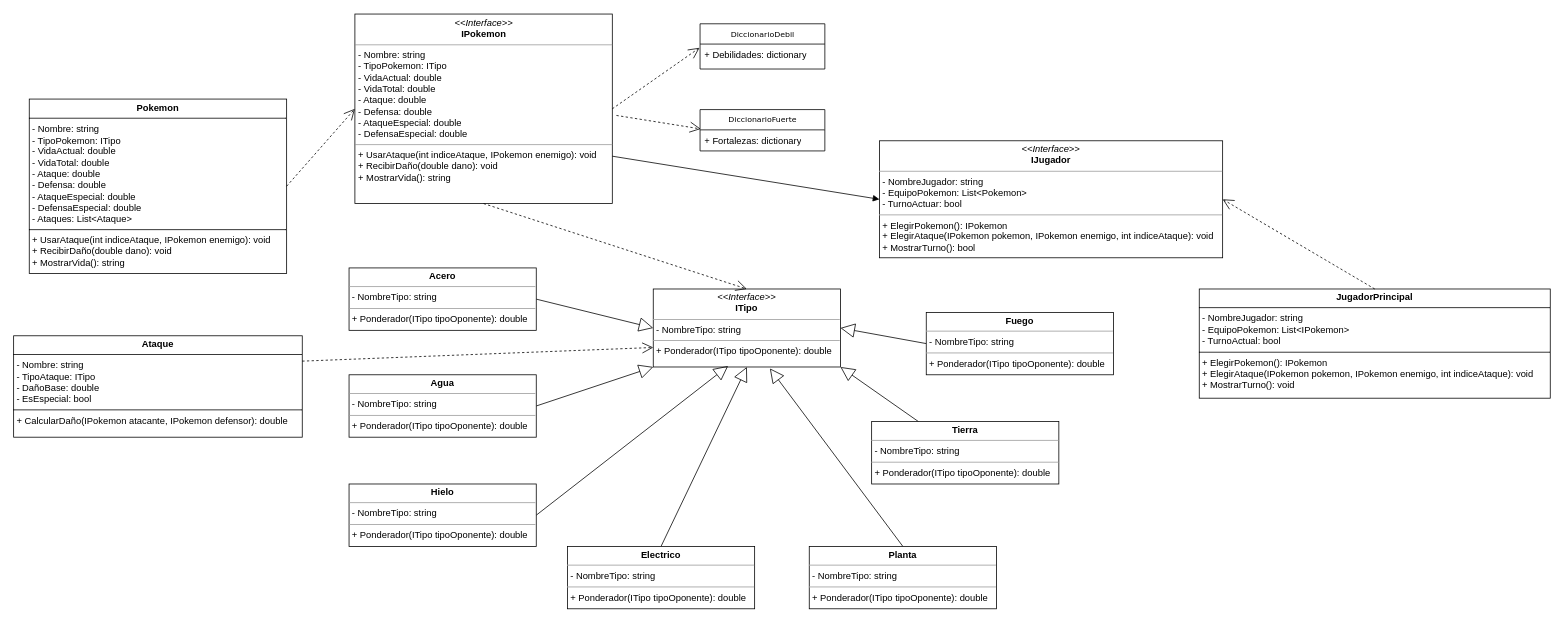
The draw.io diagram docs/Diagrama Primera Entrega.drawio in ucudal/pii_2024_2_equipo16, before the edit. Source tidied: cells renumbered, new cells numbered last; positions are measured from the earlier drawing's top-left corner, leaving out a move shared by most shapes. Both pictures are drawn from the tidied source at 78%, with x=0, y=0 at pixel (13, 14).
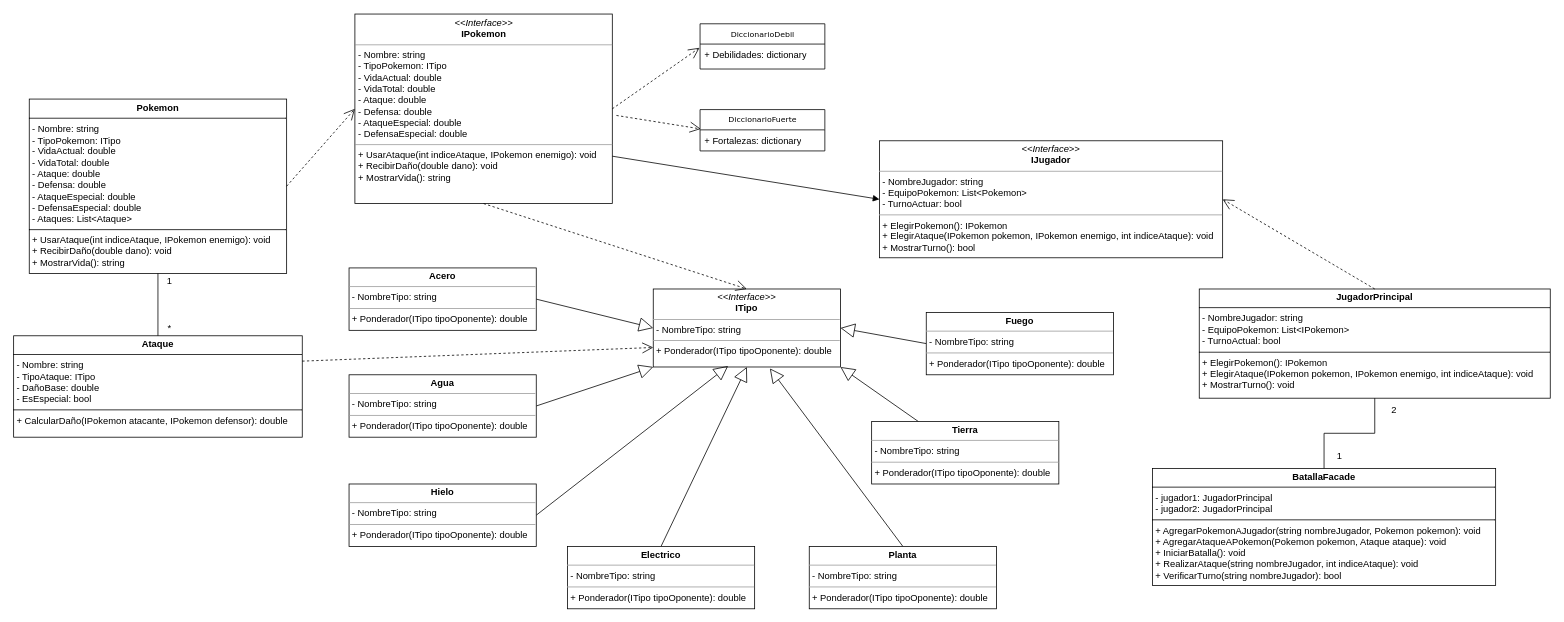
The same diagram, later.

Commit message (it also covers changes not shown here):
Agregué batallaFacade

Unchanged cells that the change refers to:
```xml
<mxCell id="20" value="&lt;p style=&quot;margin:0px;margin-top:4px;text-align:center;&quot;&gt;&lt;b&gt;JugadorPrincipal&lt;/b&gt;&lt;/p&gt;&lt;hr size=&quot;1&quot; style=&quot;border-style:solid;&quot;&gt;&lt;p style=&quot;margin:0px;margin-left:4px;&quot;&gt;- NombreJugador: string&lt;/p&gt;&lt;p style=&quot;margin:0px;margin-left:4px;&quot;&gt;&lt;span style=&quot;background-color: initial;&quot;&gt;- EquipoPokemon: List&amp;lt;IPokemon&amp;gt;&lt;/span&gt;&lt;/p&gt;&lt;p style=&quot;margin:0px;margin-left:4px;&quot;&gt;- TurnoActual: bool&lt;/p&gt;&lt;hr size=&quot;1&quot; style=&quot;border-style:solid;&quot;&gt;&lt;p style=&quot;margin:0px;margin-left:4px;&quot;&gt;+ ElegirPokemon(): IPokemon&lt;/p&gt;&lt;p style=&quot;margin:0px;margin-left:4px;&quot;&gt;+ ElegirAtaque(IPokemon pokemon, IPokemon enemigo, int indiceAtaque): void&lt;/p&gt;&lt;p style=&quot;margin:0px;margin-left:4px;&quot;&gt;+ MostrarTurno(): void&lt;/p&gt;" style="verticalAlign=top;align=left;overflow=fill;html=1;whiteSpace=wrap;" parent="1" vertex="1">
  <mxGeometry x="1520" y="352" width="450" height="140" as="geometry" />
</mxCell>
<mxCell id="21" value="&lt;p style=&quot;margin:0px;margin-top:4px;text-align:center;&quot;&gt;&lt;b&gt;Pokemon&lt;/b&gt;&lt;/p&gt;&lt;hr size=&quot;1&quot; style=&quot;border-style:solid;&quot;&gt;&lt;p style=&quot;text-wrap: nowrap; margin: 0px 0px 0px 4px;&quot;&gt;- Nombre: string&lt;br&gt;- TipoPokemon: ITipo&lt;/p&gt;&lt;p style=&quot;text-wrap: nowrap; margin: 0px 0px 0px 4px;&quot;&gt;- VidaActual: double&lt;/p&gt;&lt;p style=&quot;text-wrap: nowrap; margin: 0px 0px 0px 4px;&quot;&gt;- VidaTotal: double&lt;/p&gt;&lt;p style=&quot;text-wrap: nowrap; margin: 0px 0px 0px 4px;&quot;&gt;- Ataque: double&lt;/p&gt;&lt;p style=&quot;text-wrap: nowrap; margin: 0px 0px 0px 4px;&quot;&gt;- Defensa: double&lt;/p&gt;&lt;p style=&quot;text-wrap: nowrap; margin: 0px 0px 0px 4px;&quot;&gt;- AtaqueEspecial: double&lt;/p&gt;&lt;p style=&quot;text-wrap: nowrap; margin: 0px 0px 0px 4px;&quot;&gt;- DefensaEspecial: double&lt;/p&gt;&lt;p style=&quot;text-wrap: nowrap; margin: 0px 0px 0px 4px;&quot;&gt;- Ataques: List&amp;lt;Ataque&amp;gt;&lt;/p&gt;&lt;hr size=&quot;1&quot; style=&quot;border-style:solid;&quot;&gt;&lt;p style=&quot;text-wrap: nowrap; margin: 0px 0px 0px 4px;&quot;&gt;+ UsarAtaque(int indiceAtaque, IPokemon enemigo): void&lt;/p&gt;&lt;p style=&quot;text-wrap: nowrap; margin: 0px 0px 0px 4px;&quot;&gt;&lt;span style=&quot;background-color: initial;&quot;&gt;+ RecibirDaño(double dano): void&lt;/span&gt;&lt;br&gt;&lt;/p&gt;&lt;p style=&quot;text-wrap: nowrap; margin: 0px 0px 0px 4px;&quot;&gt;+ MostrarVida(): string&lt;/p&gt;" style="verticalAlign=top;align=left;overflow=fill;html=1;whiteSpace=wrap;" parent="1" vertex="1">
  <mxGeometry x="20" y="108.5" width="330" height="223.5" as="geometry" />
</mxCell>
<mxCell id="22" value="&lt;p style=&quot;margin:0px;margin-top:4px;text-align:center;&quot;&gt;&lt;b&gt;Ataque&lt;/b&gt;&lt;/p&gt;&lt;hr size=&quot;1&quot; style=&quot;border-style:solid;&quot;&gt;&lt;p style=&quot;margin:0px;margin-left:4px;&quot;&gt;- Nombre: string&lt;/p&gt;&lt;p style=&quot;margin:0px;margin-left:4px;&quot;&gt;- TipoAtaque: ITipo&lt;/p&gt;&lt;p style=&quot;margin:0px;margin-left:4px;&quot;&gt;- DañoBase: double&lt;/p&gt;&lt;p style=&quot;margin:0px;margin-left:4px;&quot;&gt;- EsEspecial: bool&lt;/p&gt;&lt;hr size=&quot;1&quot; style=&quot;border-style:solid;&quot;&gt;&lt;p style=&quot;margin:0px;margin-left:4px;&quot;&gt;+ CalcularDaño(IPokemon atacante, IPokemon defensor): double&lt;/p&gt;" style="verticalAlign=top;align=left;overflow=fill;html=1;whiteSpace=wrap;" parent="1" vertex="1">
  <mxGeometry y="412" width="370" height="130" as="geometry" />
</mxCell>
```

Change to the diagram source:
```diff
@@
+    <mxCell id="33" value="&lt;p style=&quot;margin:0px;margin-top:4px;text-align:center;&quot;&gt;&lt;b&gt;BatallaFacade&lt;/b&gt;&lt;/p&gt;&lt;hr size=&quot;1&quot; style=&quot;border-style:solid;&quot;&gt;&lt;p style=&quot;margin:0px;margin-left:4px;&quot;&gt;- jugador1: JugadorPrincipal&lt;br&gt;&lt;/p&gt;&lt;p style=&quot;margin:0px;margin-left:4px;&quot;&gt;- jugador2: JugadorPrincipal&lt;br&gt;&lt;/p&gt;&lt;hr size=&quot;1&quot; style=&quot;border-style:solid;&quot;&gt;&lt;p style=&quot;margin:0px;margin-left:4px;&quot;&gt;+ AgregarPokemonAJugador(string nombreJugador, Pokemon pokemon): void&lt;/p&gt;&lt;p style=&quot;margin:0px;margin-left:4px;&quot;&gt;+ AgregarAtaqueAPokemon(Pokemon pokemon, Ataque ataque): void&lt;/p&gt;&lt;p style=&quot;margin:0px;margin-left:4px;&quot;&gt;+ IniciarBatalla(): void&lt;/p&gt;&lt;p style=&quot;margin:0px;margin-left:4px;&quot;&gt;+ RealizarAtaque(string nombreJugador, int indiceAtaque): void&lt;/p&gt;&lt;p style=&quot;margin:0px;margin-left:4px;&quot;&gt;+ VerificarTurno(string nombreJugador): bool&lt;/p&gt;" style="verticalAlign=top;align=left;overflow=fill;html=1;whiteSpace=wrap;" parent="1" vertex="1">
+      <mxGeometry x="1460" y="582" width="440" height="150" as="geometry" />
+    </mxCell>
+    <mxCell id="34" style="endArrow=none;html=1;edgeStyle=orthogonalEdgeStyle;rounded=0;exitX=0.5;exitY=0;exitDx=0;exitDy=0;entryX=0.5;entryY=1;entryDx=0;entryDy=0;" parent="1" edge="1" source="33" target="20">
+      <mxGeometry relative="1" as="geometry" />
+    </mxCell>
+    <mxCell id="35" value="2" style="text;html=1;align=center;verticalAlign=middle;whiteSpace=wrap;rounded=0;" parent="1" vertex="1">
+      <mxGeometry x="1740" y="492" width="60" height="30" as="geometry" />
+    </mxCell>
+    <mxCell id="36" value="1" style="text;html=1;align=center;verticalAlign=middle;whiteSpace=wrap;rounded=0;" parent="1" vertex="1">
+      <mxGeometry x="1670" y="552" width="60" height="30" as="geometry" />
+    </mxCell>
+    <mxCell id="37" style="endArrow=none;html=1;edgeStyle=orthogonalEdgeStyle;rounded=0;exitX=0.5;exitY=0;exitDx=0;exitDy=0;entryX=0.5;entryY=1;entryDx=0;entryDy=0;" parent="1" edge="1" source="22" target="21">
+      <mxGeometry relative="1" as="geometry" />
+    </mxCell>
+    <mxCell id="38" value="1" style="text;html=1;align=center;verticalAlign=middle;whiteSpace=wrap;rounded=0;" parent="1" vertex="1">
+      <mxGeometry x="180" y="332" width="40" height="20" as="geometry" />
+    </mxCell>
+    <mxCell id="39" value="*" style="text;html=1;align=center;verticalAlign=middle;whiteSpace=wrap;rounded=0;" parent="1" vertex="1">
+      <mxGeometry x="180" y="392" width="40" height="20" as="geometry" />
+    </mxCell>
```
